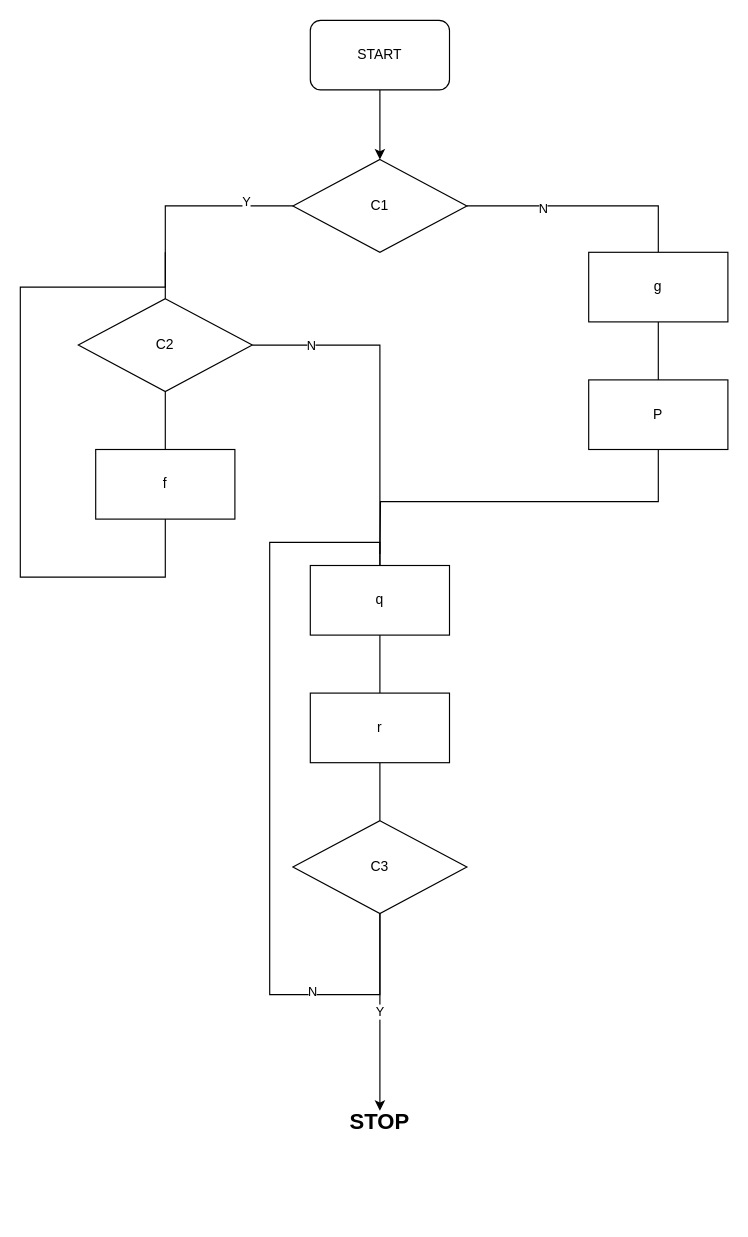
Earlier version of the draw.io diagram Untitled Diagram.drawio (hiyangguo/diagrams.net). Source tidied: cells renumbered, new cells numbered last; positions are measured from the earlier drawing's top-left corner, leaving out a move shared by most shapes. Both pictures are drawn from the tidied source at 116%, with x=0, y=0 at pixel (20, 20).
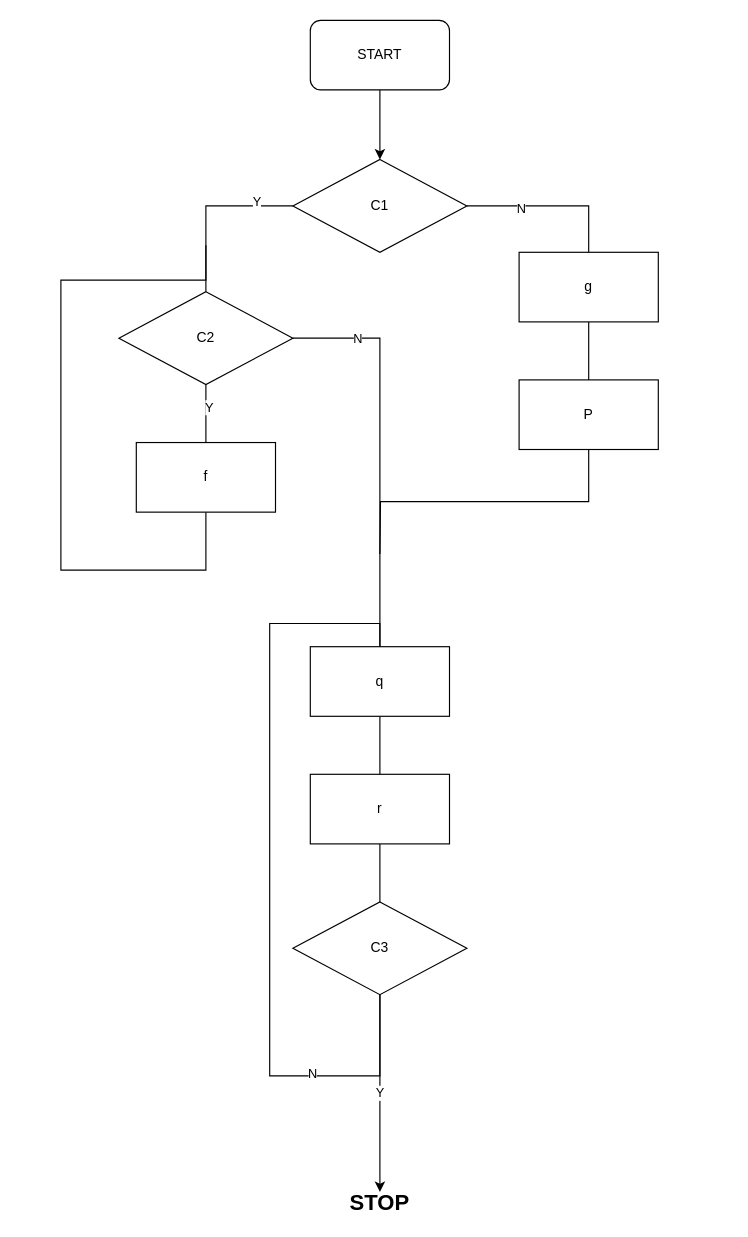
After the change.

Unchanged cells that the change refers to:
```xml
<mxCell id="13" style="edgeStyle=orthogonalEdgeStyle;rounded=0;jettySize=auto;html=1;exitX=0.5;exitY=1;exitDx=0;exitDy=0;endArrow=none;endFill=0;" parent="1" edge="1" source="16" target="18">
  <mxGeometry relative="1" as="geometry" />
</mxCell>
```

What changed in the source:
```diff
@@
     <mxCell id="8" value="g" style="rounded=0;whiteSpace=wrap;html=1;" parent="1" vertex="1">
-      <mxGeometry x="490" y="200" width="120" height="60" as="geometry" />
+      <mxGeometry x="430" y="200" width="120" height="60" as="geometry" />
     </mxCell>
@@
     <mxCell id="12" value="P" style="rounded=0;whiteSpace=wrap;html=1;" parent="1" vertex="1">
-      <mxGeometry x="490" y="310" width="120" height="60" as="geometry" />
+      <mxGeometry x="430" y="310" width="120" height="60" as="geometry" />
     </mxCell>
@@
+    <mxCell id="28" value="Y" style="edgeLabel;html=1;align=center;verticalAlign=middle;" parent="13" vertex="1">
+      <mxGeometry x="-0.29" y="2" relative="1" as="geometry">
+        <mxPoint y="1" as="offset" />
+      </mxGeometry>
+    </mxCell>
@@
     <mxCell id="16" value="C2" style="rhombus;whiteSpace=wrap;html=1;" parent="1" vertex="1">
-      <mxGeometry x="50" y="240" width="150" height="80" as="geometry" />
+      <mxGeometry x="85" y="234" width="150" height="80" as="geometry" />
     </mxCell>
     <mxCell id="17" style="edgeStyle=orthogonalEdgeStyle;rounded=0;jettySize=auto;html=1;exitX=0.5;exitY=1;exitDx=0;exitDy=0;endArrow=none;endFill=0;" parent="1" edge="1" source="18">
       <mxGeometry relative="1" as="geometry">
-        <mxPoint x="125" y="200" as="targetPoint" />
+        <mxPoint x="160" y="194" as="targetPoint" />
         <Array as="points">
-          <mxPoint x="125" y="480" />
-          <mxPoint y="480" />
-          <mxPoint y="230" />
-          <mxPoint x="125" y="230" />
+          <mxPoint x="160" y="474" />
+          <mxPoint x="35" y="474" />
+          <mxPoint x="35" y="224" />
+          <mxPoint x="160" y="224" />
         </Array>
       </mxGeometry>
     </mxCell>
     <mxCell id="18" value="f" style="rounded=0;whiteSpace=wrap;html=1;" parent="1" vertex="1">
-      <mxGeometry x="65" y="370" width="120" height="60" as="geometry" />
+      <mxGeometry x="100" y="364" width="120" height="60" as="geometry" />
     </mxCell>
@@
     <mxCell id="20" value="q" style="rounded=0;whiteSpace=wrap;html=1;" parent="1" vertex="1">
-      <mxGeometry x="250" y="470" width="120" height="60" as="geometry" />
+      <mxGeometry x="250" y="540" width="120" height="60" as="geometry" />
     </mxCell>
@@
     <mxCell id="22" value="r" style="rounded=0;whiteSpace=wrap;html=1;" parent="1" vertex="1">
-      <mxGeometry x="250" y="580" width="120" height="60" as="geometry" />
+      <mxGeometry x="250" y="650" width="120" height="60" as="geometry" />
     </mxCell>
     <mxCell id="23" value="Y" style="edgeStyle=orthogonalEdgeStyle;rounded=0;jettySize=auto;html=1;exitX=0.5;exitY=1;exitDx=0;exitDy=0;endArrow=classic;endFill=1;" parent="1" edge="1" source="26">
       <mxGeometry relative="1" as="geometry">
-        <mxPoint x="310" y="940" as="targetPoint" />
+        <mxPoint x="310" y="1010" as="targetPoint" />
       </mxGeometry>
     </mxCell>
     <mxCell id="24" style="edgeStyle=orthogonalEdgeStyle;rounded=0;jettySize=auto;html=1;exitX=0.5;exitY=1;exitDx=0;exitDy=0;entryX=0.5;entryY=0;entryDx=0;entryDy=0;endArrow=none;endFill=0;" parent="1" edge="1" source="26" target="20">
       <mxGeometry relative="1" as="geometry">
         <Array as="points">
-          <mxPoint x="310" y="840" />
-          <mxPoint x="215" y="840" />
-          <mxPoint x="215" y="450" />
-          <mxPoint x="310" y="450" />
+          <mxPoint x="310" y="910" />
+          <mxPoint x="215" y="910" />
+          <mxPoint x="215" y="520" />
+          <mxPoint x="310" y="520" />
         </Array>
       </mxGeometry>
     </mxCell>
@@
     <mxCell id="26" value="C3" style="rhombus;whiteSpace=wrap;html=1;" parent="1" vertex="1">
-      <mxGeometry x="235" y="690" width="150" height="80" as="geometry" />
+      <mxGeometry x="235" y="760" width="150" height="80" as="geometry" />
     </mxCell>
     <mxCell id="27" value="&lt;b&gt;&lt;font style=&quot;font-size: 19px&quot;&gt;STOP&lt;/font&gt;&lt;/b&gt;" style="text;html=1;strokeColor=none;fillColor=none;align=center;verticalAlign=middle;whiteSpace=wrap;rounded=0;" parent="1" vertex="1">
-      <mxGeometry x="290" y="940" width="40" height="20" as="geometry" />
+      <mxGeometry x="290" y="1010" width="40" height="20" as="geometry" />
     </mxCell>
```
